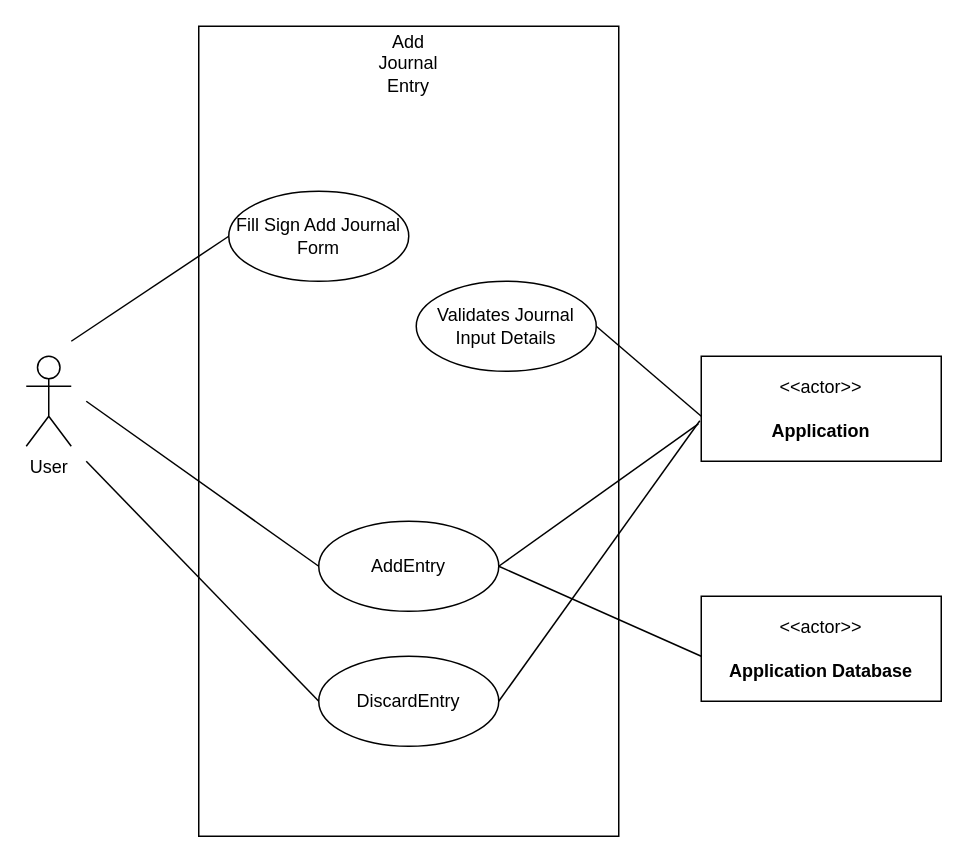
Earlier version of the draw.io diagram page "AddJournalEntry" (6 of 16) of Week-7-Team-04-Use Case Diagrams (2).drawio (Vaibhav-G-Parmar/Chronicle-Your-Ultimate-Travel-Companion). Source tidied: cells renumbered, new cells numbered last; positions are measured from the earlier drawing's top-left corner, leaving out a move shared by most shapes. Both pictures are drawn from the tidied source at 150%, with x=0, y=0 at pixel (26, 26).
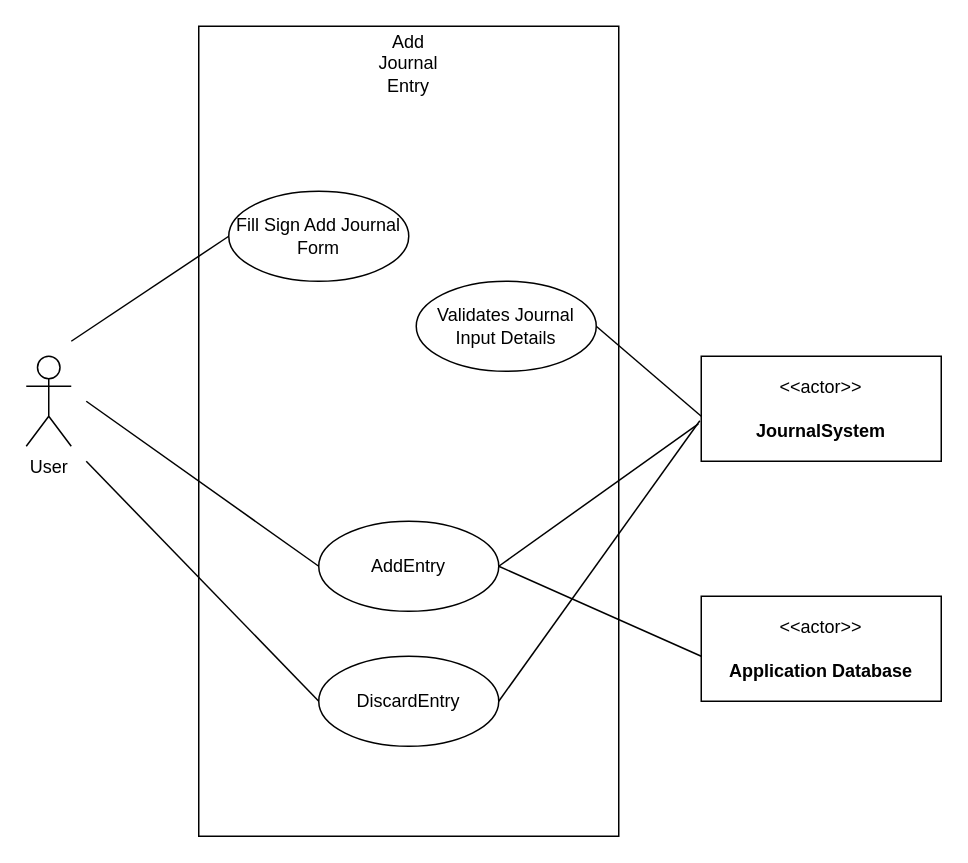
The same diagram, later.

What changed in the source:
```diff
@@
-    <mxCell id="5" value="&amp;lt;&amp;lt;actor&amp;gt;&amp;gt;&lt;br&gt;&lt;br&gt;&lt;b&gt;Application&lt;br&gt;&lt;/b&gt;" style="html=1;align=center;verticalAlign=middle;dashed=0;whiteSpace=wrap;" parent="1" vertex="1">
+    <mxCell id="5" value="&amp;lt;&amp;lt;actor&amp;gt;&amp;gt;&lt;br&gt;&lt;br&gt;&lt;b&gt;JournalSystem&lt;br&gt;&lt;/b&gt;" style="html=1;align=center;verticalAlign=middle;dashed=0;whiteSpace=wrap;" parent="1" vertex="1">
       <mxGeometry x="450" y="220" width="160" height="70" as="geometry" />
     </mxCell>
```
